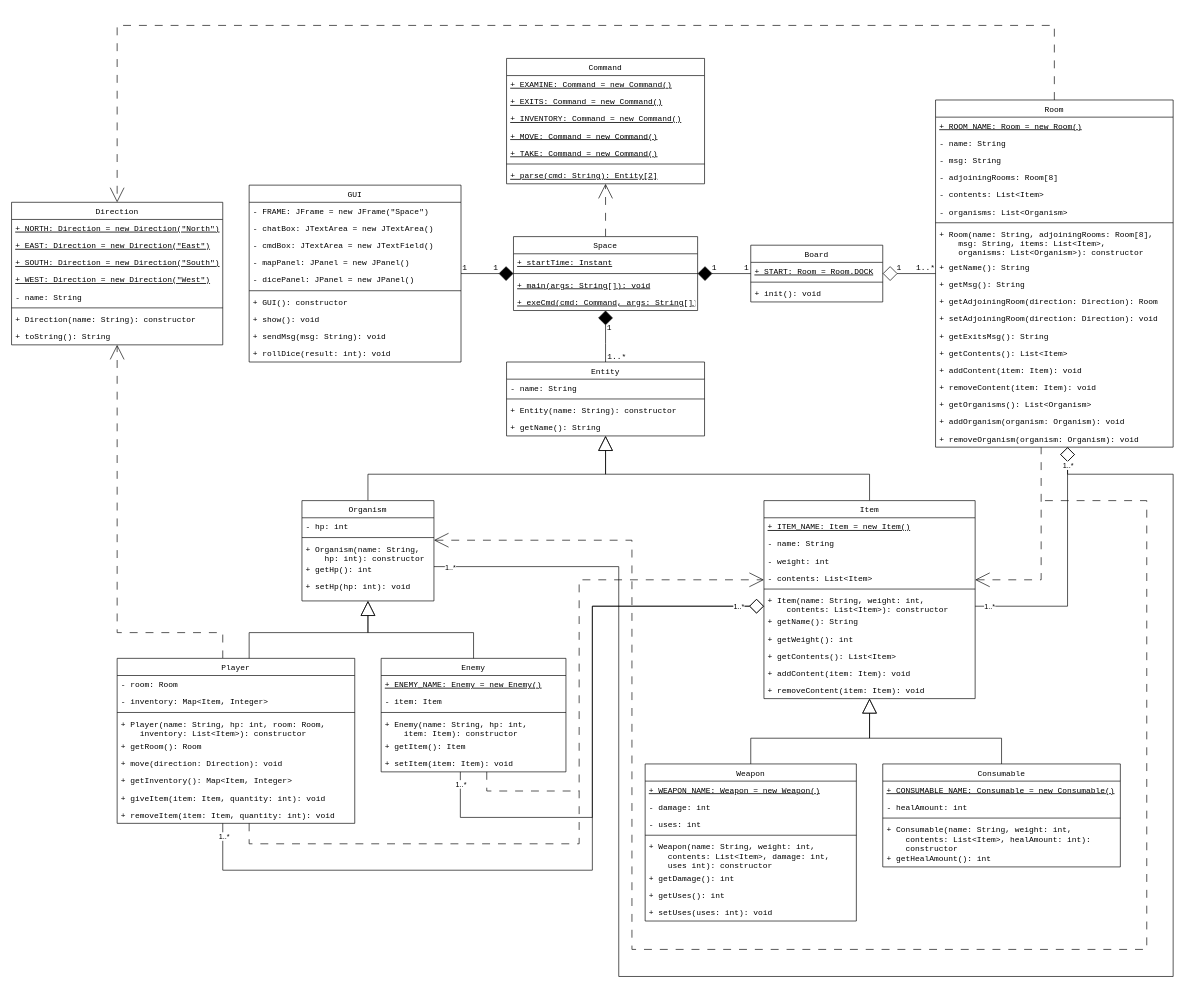
4lex-whit/CS-NEA-2025 keeps this draw.io diagram as assets/class-diagram.drawio. Above is the earlier version. Source tidied: cells renumbered, new cells numbered last; positions are measured from the earlier drawing's top-left corner, leaving out a move shared by most shapes. Both pictures are drawn from the tidied source at 66%, with x=0, y=0 at pixel (11, 25).
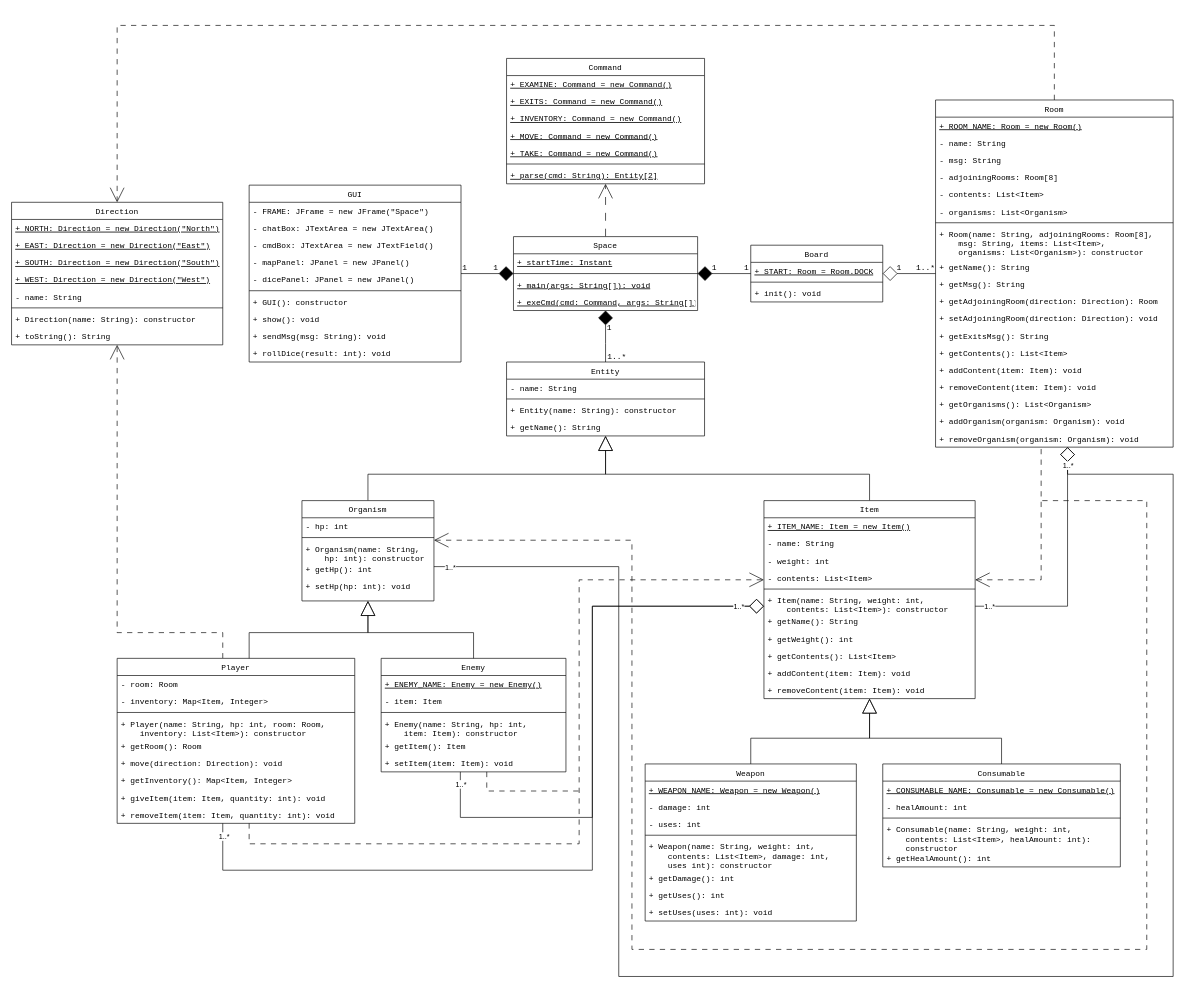
Above is the later version.

Commit message (it also covers changes not shown here):
Use dashed (2) for dashed lines in class diagram

Unchanged cells that the change refers to:
```xml
<mxCell id="5" value="Room" style="swimlane;fontStyle=0;align=center;verticalAlign=top;horizontal=1;startSize=26;rounded=0;shadow=0;strokeWidth=1;fontFamily=Courier New;" parent="1" vertex="1">
  <mxGeometry x="1400" y="113" width="360" height="526" as="geometry" />
</mxCell>
<mxCell id="25" value="Direction" style="swimlane;fontStyle=0;align=center;verticalAlign=top;horizontal=1;startSize=26;rounded=0;shadow=0;strokeWidth=1;fontFamily=Courier New;" parent="1" vertex="1">
  <mxGeometry y="268" width="320" height="216" as="geometry" />
</mxCell>
<mxCell id="45" value="Player" style="swimlane;fontStyle=0;align=center;verticalAlign=top;horizontal=1;startSize=26;rounded=0;shadow=0;strokeWidth=1;fontFamily=Courier New;" parent="1" vertex="1">
  <mxGeometry x="160" y="959" width="360" height="250" as="geometry" />
</mxCell>
<mxCell id="70" value="Item" style="swimlane;fontStyle=0;align=center;verticalAlign=top;horizontal=1;startSize=26;rounded=0;shadow=0;strokeWidth=1;fontFamily=Courier New;" parent="1" vertex="1">
  <mxGeometry x="1140" y="720" width="320" height="300" as="geometry" />
</mxCell>
<mxCell id="103" value="Enemy" style="swimlane;fontStyle=0;align=center;verticalAlign=top;horizontal=1;startSize=26;rounded=0;shadow=0;strokeWidth=1;fontFamily=Courier New;" parent="1" vertex="1">
  <mxGeometry x="560" y="959" width="280" height="172" as="geometry" />
</mxCell>
<mxCell id="140" value="Organism" style="swimlane;fontStyle=0;align=center;verticalAlign=top;horizontal=1;startSize=26;rounded=0;shadow=0;strokeWidth=1;fontFamily=Courier New;" parent="1" vertex="1">
  <mxGeometry x="440" y="720" width="200" height="152" as="geometry" />
</mxCell>
```

Change to the diagram source:
```diff
@@
-    <mxCell id="4" style="edgeStyle=orthogonalEdgeStyle;rounded=0;jettySize=auto;html=1;entryX=0.5;entryY=0;entryDx=0;entryDy=0;endArrow=open;endFill=0;dashed=1;dashPattern=12 12;endSize=20;startSize=20;fontFamily=Courier New;exitX=0.5;exitY=0;exitDx=0;exitDy=0;" parent="1" edge="1" source="5" target="25">
+    <mxCell id="4" style="edgeStyle=orthogonalEdgeStyle;rounded=0;jettySize=auto;html=1;entryX=0.5;entryY=0;entryDx=0;entryDy=0;endArrow=open;endFill=0;dashed=1;dashPattern=8 8;endSize=20;startSize=20;fontFamily=Courier New;exitX=0.5;exitY=0;exitDx=0;exitDy=0;" parent="1" edge="1" source="5" target="25">
       <mxGeometry relative="1" as="geometry">
         <Array as="points">
           <mxPoint x="1580" />
           <mxPoint x="160" />
         </Array>
       </mxGeometry>
     </mxCell>
@@
-    <mxCell id="41" style="edgeStyle=orthogonalEdgeStyle;rounded=0;jettySize=auto;html=1;endArrow=open;endFill=0;dashed=1;dashPattern=12 12;endSize=20;startSize=20;fontFamily=Courier New;" parent="1" edge="1" source="45" target="25">
+    <mxCell id="41" style="edgeStyle=orthogonalEdgeStyle;rounded=0;jettySize=auto;html=1;endArrow=open;endFill=0;dashed=1;dashPattern=8 8;endSize=20;startSize=20;fontFamily=Courier New;" parent="1" edge="1" source="45" target="25">
       <mxGeometry relative="1" as="geometry">
         <Array as="points">
           <mxPoint x="320" y="920" />
           <mxPoint x="160" y="920" />
         </Array>
       </mxGeometry>
     </mxCell>
-    <mxCell id="42" style="edgeStyle=orthogonalEdgeStyle;rounded=0;jettySize=auto;html=1;endArrow=open;endFill=0;endSize=20;dashed=1;dashPattern=12 12;" parent="1" edge="1" source="45" target="70">
+    <mxCell id="42" style="edgeStyle=orthogonalEdgeStyle;rounded=0;jettySize=auto;html=1;endArrow=open;endFill=0;endSize=20;dashed=1;dashPattern=8 8;" parent="1" edge="1" source="45" target="70">
       <mxGeometry relative="1" as="geometry">
         <Array as="points">
           <mxPoint x="360" y="1240" />
           <mxPoint x="860" y="1240" />
           <mxPoint x="860" y="840" />
         </Array>
       </mxGeometry>
     </mxCell>
@@
-    <mxCell id="67" style="edgeStyle=orthogonalEdgeStyle;rounded=0;jettySize=auto;html=1;startArrow=open;startFill=0;endSize=20;startSize=20;endArrow=none;endFill=0;dashed=1;dashPattern=12 12;" parent="1" edge="1" source="70" target="5">
+    <mxCell id="67" style="edgeStyle=orthogonalEdgeStyle;rounded=0;jettySize=auto;html=1;startArrow=open;startFill=0;endSize=20;startSize=20;endArrow=none;endFill=0;dashed=1;dashPattern=8 8;" parent="1" edge="1" source="70" target="5">
       <mxGeometry relative="1" as="geometry">
         <Array as="points">
           <mxPoint x="1560" y="840" />
         </Array>
       </mxGeometry>
     </mxCell>
@@
-    <mxCell id="99" style="edgeStyle=orthogonalEdgeStyle;rounded=0;jettySize=auto;html=1;endArrow=none;endFill=0;dashed=1;dashPattern=12 12;" parent="1" edge="1" source="103">
+    <mxCell id="99" style="edgeStyle=orthogonalEdgeStyle;rounded=0;jettySize=auto;html=1;endArrow=none;endFill=0;dashed=1;dashPattern=8 8;" parent="1" edge="1" source="103">
       <mxGeometry relative="1" as="geometry">
         <mxPoint x="860" y="1160" as="targetPoint" />
         <Array as="points">
           <mxPoint x="720" y="1160" />
           <mxPoint x="790" y="1160" />
         </Array>
       </mxGeometry>
     </mxCell>
@@
-    <mxCell id="139" style="edgeStyle=orthogonalEdgeStyle;rounded=0;jettySize=auto;html=1;startArrow=open;startFill=0;endArrow=none;endFill=0;endSize=20;startSize=20;dashed=1;dashPattern=12 12;" parent="1" edge="1" source="140">
+    <mxCell id="139" style="edgeStyle=orthogonalEdgeStyle;rounded=0;jettySize=auto;html=1;startArrow=open;startFill=0;endArrow=none;endFill=0;endSize=20;startSize=20;dashed=1;dashPattern=8 8;" parent="1" edge="1" source="140">
       <mxGeometry relative="1" as="geometry">
         <mxPoint x="1560" y="720" as="targetPoint" />
         <Array as="points">
           <mxPoint x="940" y="780" />
           <mxPoint x="940" y="1400" />
           <mxPoint x="1720" y="1400" />
           <mxPoint x="1720" y="720" />
           <mxPoint x="1600" y="720" />
         </Array>
       </mxGeometry>
     </mxCell>
```
